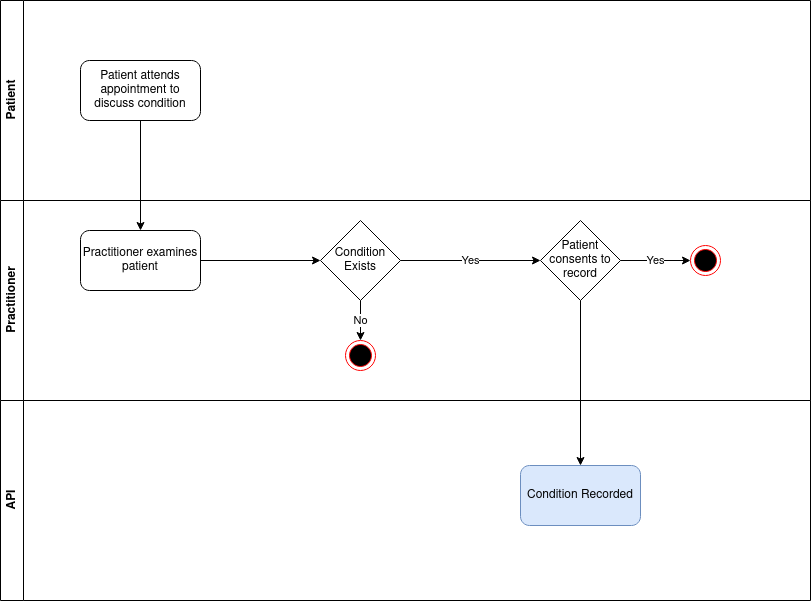
Before: input/images/add-condition.drawio.png, a diagram exported from draw.io (NHSDigital/ra-sandbox). Source tidied: cells renumbered, new cells last; positions are measured from the earlier drawing's top-left corner, leaving out a move shared by most shapes. The source it was exported from:
```xml
<mxGraphModel>
  <root>
    <mxCell id="0" />
    <mxCell id="1" parent="0" />
    <mxCell id="2" value="Practitioner" style="swimlane;horizontal=0;whiteSpace=wrap;html=1;" parent="1" vertex="1">
      <mxGeometry y="200" width="810" height="200" as="geometry" />
    </mxCell>
    <mxCell id="3" value="Practitioner examines patient" style="rounded=1;whiteSpace=wrap;html=1;" parent="2" vertex="1">
      <mxGeometry x="80" y="30" width="120" height="60" as="geometry" />
    </mxCell>
    <mxCell id="4" value="&lt;div&gt;Condition&lt;/div&gt;&lt;div&gt;Exists&lt;br&gt;&lt;/div&gt;" style="rhombus;whiteSpace=wrap;html=1;" parent="2" vertex="1">
      <mxGeometry x="320" y="20" width="80" height="80" as="geometry" />
    </mxCell>
    <mxCell id="5" value="Patient consents to record" style="rhombus;whiteSpace=wrap;html=1;" parent="2" vertex="1">
      <mxGeometry x="540" y="20" width="80" height="80" as="geometry" />
    </mxCell>
    <mxCell id="6" style="ellipse;html=1;shape=endState;fillColor=#000000;strokeColor=#ff0000;" parent="2" vertex="1">
      <mxGeometry x="345" y="140" width="30" height="30" as="geometry" />
    </mxCell>
    <mxCell id="7" style="ellipse;html=1;shape=endState;fillColor=#000000;strokeColor=#ff0000;" parent="2" vertex="1">
      <mxGeometry x="690" y="45" width="30" height="30" as="geometry" />
    </mxCell>
    <mxCell id="8" style="endArrow=classic;html=1;rounded=0;exitX=1;exitY=0.5;exitDx=0;exitDy=0;entryX=0;entryY=0.5;entryDx=0;entryDy=0;" parent="2" edge="1" source="3" target="4">
      <mxGeometry relative="1" as="geometry" />
    </mxCell>
    <mxCell id="9" value="Yes" style="endArrow=classic;html=1;rounded=0;entryX=0;entryY=0.5;entryDx=0;entryDy=0;exitX=1;exitY=0.5;exitDx=0;exitDy=0;" parent="2" edge="1" source="4" target="5">
      <mxGeometry relative="1" as="geometry" />
    </mxCell>
    <mxCell id="10" value="No" style="endArrow=classic;html=1;rounded=0;exitX=0.5;exitY=1;exitDx=0;exitDy=0;entryX=0.5;entryY=0;entryDx=0;entryDy=0;" parent="2" edge="1" source="4" target="6">
      <mxGeometry relative="1" as="geometry" />
    </mxCell>
    <mxCell id="11" value="Yes" style="endArrow=classic;html=1;rounded=0;entryX=0;entryY=0.5;entryDx=0;entryDy=0;" parent="2" edge="1" source="5" target="7">
      <mxGeometry relative="1" as="geometry" />
    </mxCell>
    <mxCell id="12" value="Patient" style="swimlane;horizontal=0;whiteSpace=wrap;html=1;" parent="1" vertex="1">
      <mxGeometry width="810" height="200" as="geometry" />
    </mxCell>
    <mxCell id="13" value="Patient attends appointment to discuss condition" style="rounded=1;whiteSpace=wrap;html=1;" parent="12" vertex="1">
      <mxGeometry x="80" y="60" width="120" height="60" as="geometry" />
    </mxCell>
    <mxCell id="14" value="API" style="swimlane;horizontal=0;whiteSpace=wrap;html=1;" parent="1" vertex="1">
      <mxGeometry y="400" width="810" height="200" as="geometry" />
    </mxCell>
    <mxCell id="15" value="Condition Recorded" style="rounded=1;whiteSpace=wrap;html=1;fillColor=#dae8fc;strokeColor=#6c8ebf;" parent="14" vertex="1">
      <mxGeometry x="520" y="65" width="120" height="60" as="geometry" />
    </mxCell>
    <mxCell id="16" style="endArrow=classic;html=1;rounded=0;exitX=0.5;exitY=1;exitDx=0;exitDy=0;entryX=0.5;entryY=0;entryDx=0;entryDy=0;" parent="1" edge="1" source="13" target="3">
      <mxGeometry relative="1" as="geometry" />
    </mxCell>
    <mxCell id="17" style="endArrow=classic;html=1;rounded=0;entryX=0.5;entryY=0;entryDx=0;entryDy=0;exitX=0.5;exitY=1;exitDx=0;exitDy=0;" parent="1" edge="1" source="5" target="15">
      <mxGeometry relative="1" as="geometry" />
    </mxCell>
  </root>
</mxGraphModel>
```
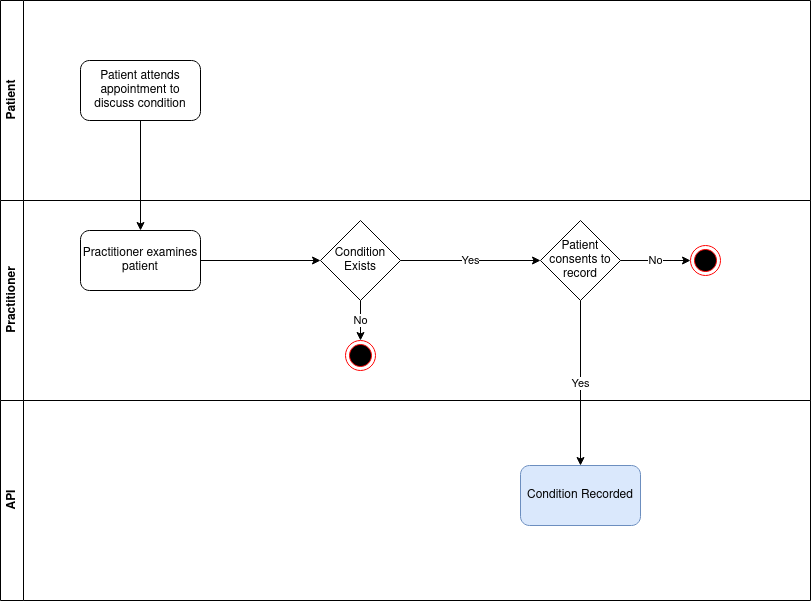
After the commit.

Commit message:
Fix add condition swimlane

What changed in the source:
```diff
@@ -29,7 +29,7 @@
     <mxCell id="10" value="No" style="endArrow=classic;html=1;rounded=0;exitX=0.5;exitY=1;exitDx=0;exitDy=0;entryX=0.5;entryY=0;entryDx=0;entryDy=0;" parent="2" edge="1" source="4" target="6">
       <mxGeometry relative="1" as="geometry" />
     </mxCell>
-    <mxCell id="11" value="Yes" style="endArrow=classic;html=1;rounded=0;entryX=0;entryY=0.5;entryDx=0;entryDy=0;" parent="2" edge="1" source="5" target="7">
+    <mxCell id="11" value="No" style="endArrow=classic;html=1;rounded=0;entryX=0;entryY=0.5;entryDx=0;entryDy=0;" parent="2" edge="1" source="5" target="7">
       <mxGeometry relative="1" as="geometry" />
     </mxCell>
     <mxCell id="12" value="Patient" style="swimlane;horizontal=0;whiteSpace=wrap;html=1;" parent="1" vertex="1">
@@ -47,7 +47,7 @@
     <mxCell id="16" style="endArrow=classic;html=1;rounded=0;exitX=0.5;exitY=1;exitDx=0;exitDy=0;entryX=0.5;entryY=0;entryDx=0;entryDy=0;" parent="1" edge="1" source="13" target="3">
       <mxGeometry relative="1" as="geometry" />
     </mxCell>
-    <mxCell id="17" style="endArrow=classic;html=1;rounded=0;entryX=0.5;entryY=0;entryDx=0;entryDy=0;exitX=0.5;exitY=1;exitDx=0;exitDy=0;" parent="1" edge="1" source="5" target="15">
+    <mxCell id="17" value="Yes" style="endArrow=classic;html=1;rounded=0;entryX=0.5;entryY=0;entryDx=0;entryDy=0;exitX=0.5;exitY=1;exitDx=0;exitDy=0;" parent="1" edge="1" source="5" target="15">
       <mxGeometry relative="1" as="geometry" />
     </mxCell>
   </root>
```
